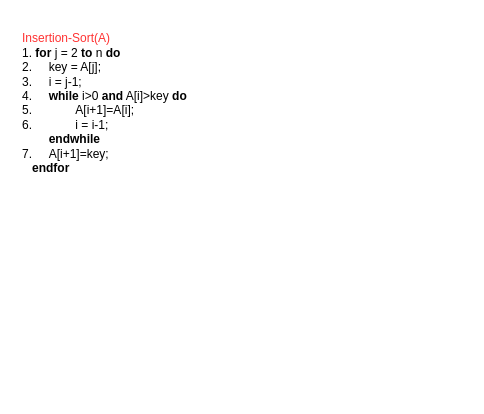
ucoruh/ce100-algorithms-and-programming-II keeps this draw.io diagram as page "ins_sort_2" (3 of 30) of docs/week-1/ce100-week-1-intro.drawio. Above is the earlier version. Source tidied: cells renumbered, new cells numbered last; positions are measured from the earlier drawing's top-left corner, leaving out a move shared by most shapes. Both pictures are drawn from the tidied source at 100%, with x=0, y=0 at pixel (17, 27).
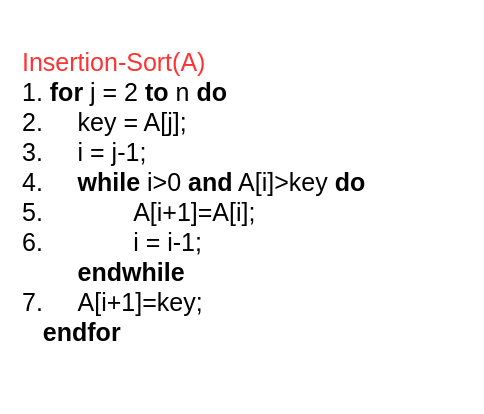
Above is the later version.

What changed in the source:
```diff
@@
 <mxGraphModel>
   <root>
     <mxCell id="0" />
     <mxCell id="1" parent="0" />
-    <mxCell id="2" value="&lt;br&gt;&lt;font color=&quot;#ff3333&quot;&gt;Insertion-Sort(A)&lt;/font&gt;&lt;br&gt;1. &lt;b&gt;for&lt;/b&gt; j = 2 &lt;b&gt;to&lt;/b&gt; n &lt;b&gt;do&lt;/b&gt;&amp;nbsp;&lt;br&gt;2.&amp;nbsp;&lt;span style=&quot;white-space: pre&quot;&gt;&#9;&lt;/span&gt;key = A[j];&lt;br&gt;3.&amp;nbsp;&lt;span style=&quot;white-space: pre&quot;&gt;&#9;&lt;/span&gt;i = j-1;&lt;br&gt;4.&amp;nbsp;&lt;span style=&quot;white-space: pre&quot;&gt;&#9;&lt;/span&gt;&lt;b&gt;while&lt;/b&gt; i&amp;gt;0 &lt;b&gt;and&lt;/b&gt; A[i]&amp;gt;key &lt;b&gt;do&lt;/b&gt;&lt;br&gt;5.&lt;span style=&quot;white-space: pre&quot;&gt;&#9;&lt;/span&gt;&lt;span style=&quot;white-space: pre&quot;&gt;&#9;&lt;/span&gt;A[i+1]=A[i];&lt;br&gt;6.&lt;span style=&quot;white-space: pre&quot;&gt;&#9;&lt;/span&gt;&lt;span style=&quot;white-space: pre&quot;&gt;&#9;&lt;/span&gt;i = i-1;&lt;br&gt;&lt;span style=&quot;white-space: pre&quot;&gt;&#9;&lt;/span&gt;&lt;b&gt;endwhile&lt;/b&gt;&lt;br&gt;7.&lt;span style=&quot;white-space: pre&quot;&gt;&#9;&lt;/span&gt;A[i+1]=key;&lt;br&gt;&amp;nbsp; &amp;nbsp;&lt;b&gt;endfor&lt;/b&gt;" style="text;html=1;strokeColor=none;fillColor=none;spacing=5;spacingTop=-20;whiteSpace=wrap;overflow=hidden;rounded=0;" parent="1" vertex="1">
-      <mxGeometry width="190" height="160" as="geometry" />
+    <mxCell id="2" value="&lt;br style=&quot;font-size: 25px;&quot;&gt;&lt;font color=&quot;#ff3333&quot; style=&quot;font-size: 25px;&quot;&gt;Insertion-Sort(A)&lt;/font&gt;&lt;br style=&quot;font-size: 25px;&quot;&gt;1. &lt;b style=&quot;font-size: 25px;&quot;&gt;for&lt;/b&gt; j = 2 &lt;b style=&quot;font-size: 25px;&quot;&gt;to&lt;/b&gt; n &lt;b style=&quot;font-size: 25px;&quot;&gt;do&lt;/b&gt;&amp;nbsp;&lt;br style=&quot;font-size: 25px;&quot;&gt;2.&amp;nbsp;&lt;span style=&quot;white-space: pre; font-size: 25px;&quot;&gt;&#9;&lt;/span&gt;key = A[j];&lt;br style=&quot;font-size: 25px;&quot;&gt;3.&amp;nbsp;&lt;span style=&quot;white-space: pre; font-size: 25px;&quot;&gt;&#9;&lt;/span&gt;i = j-1;&lt;br style=&quot;font-size: 25px;&quot;&gt;4.&amp;nbsp;&lt;span style=&quot;white-space: pre; font-size: 25px;&quot;&gt;&#9;&lt;/span&gt;&lt;b style=&quot;font-size: 25px;&quot;&gt;while&lt;/b&gt; i&amp;gt;0 &lt;b style=&quot;font-size: 25px;&quot;&gt;and&lt;/b&gt; A[i]&amp;gt;key &lt;b style=&quot;font-size: 25px;&quot;&gt;do&lt;/b&gt;&lt;br style=&quot;font-size: 25px;&quot;&gt;5.&lt;span style=&quot;white-space: pre; font-size: 25px;&quot;&gt;&#9;&lt;/span&gt;&lt;span style=&quot;white-space: pre; font-size: 25px;&quot;&gt;&#9;&lt;/span&gt;A[i+1]=A[i];&lt;br style=&quot;font-size: 25px;&quot;&gt;6.&lt;span style=&quot;white-space: pre; font-size: 25px;&quot;&gt;&#9;&lt;/span&gt;&lt;span style=&quot;white-space: pre; font-size: 25px;&quot;&gt;&#9;&lt;/span&gt;i = i-1;&lt;br style=&quot;font-size: 25px;&quot;&gt;&lt;span style=&quot;white-space: pre; font-size: 25px;&quot;&gt;&#9;&lt;/span&gt;&lt;b style=&quot;font-size: 25px;&quot;&gt;endwhile&lt;/b&gt;&lt;br style=&quot;font-size: 25px;&quot;&gt;7.&lt;span style=&quot;white-space: pre; font-size: 25px;&quot;&gt;&#9;&lt;/span&gt;A[i+1]=key;&lt;br style=&quot;font-size: 25px;&quot;&gt;&amp;nbsp; &amp;nbsp;&lt;b style=&quot;font-size: 25px;&quot;&gt;endfor&lt;/b&gt;" style="text;html=1;strokeColor=none;fillColor=none;spacing=5;spacingTop=-20;whiteSpace=wrap;overflow=hidden;rounded=0;fontSize=25;" parent="1" vertex="1">
+      <mxGeometry width="450" height="370" as="geometry" />
     </mxCell>
   </root>
 </mxGraphModel>
```
